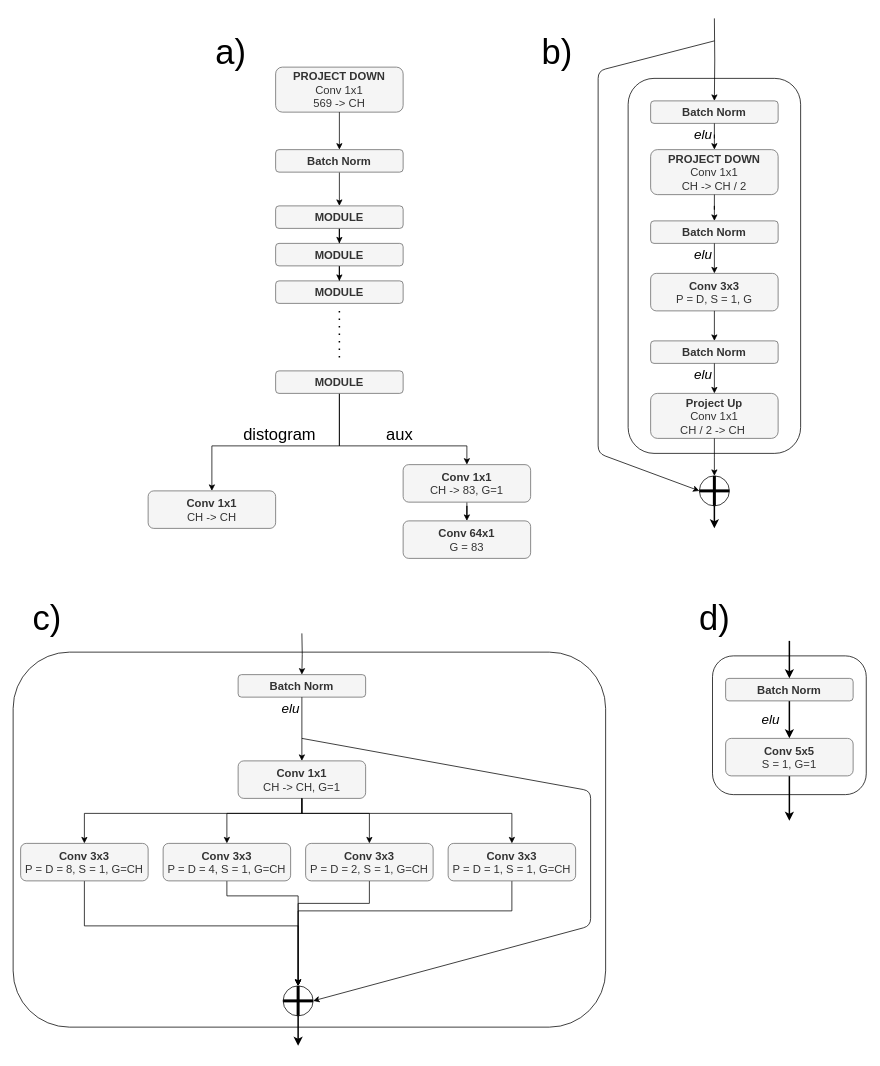
The draw.io diagram imgs_tomas/Architectures.drawio in andynet/Thesis, before the edit. Source tidied: cells renumbered, new cells numbered last; positions are measured from the earlier drawing's top-left corner, leaving out a move shared by most shapes. Both pictures are drawn from the tidied source at 75%, with x=0, y=0 at pixel (13, 18).
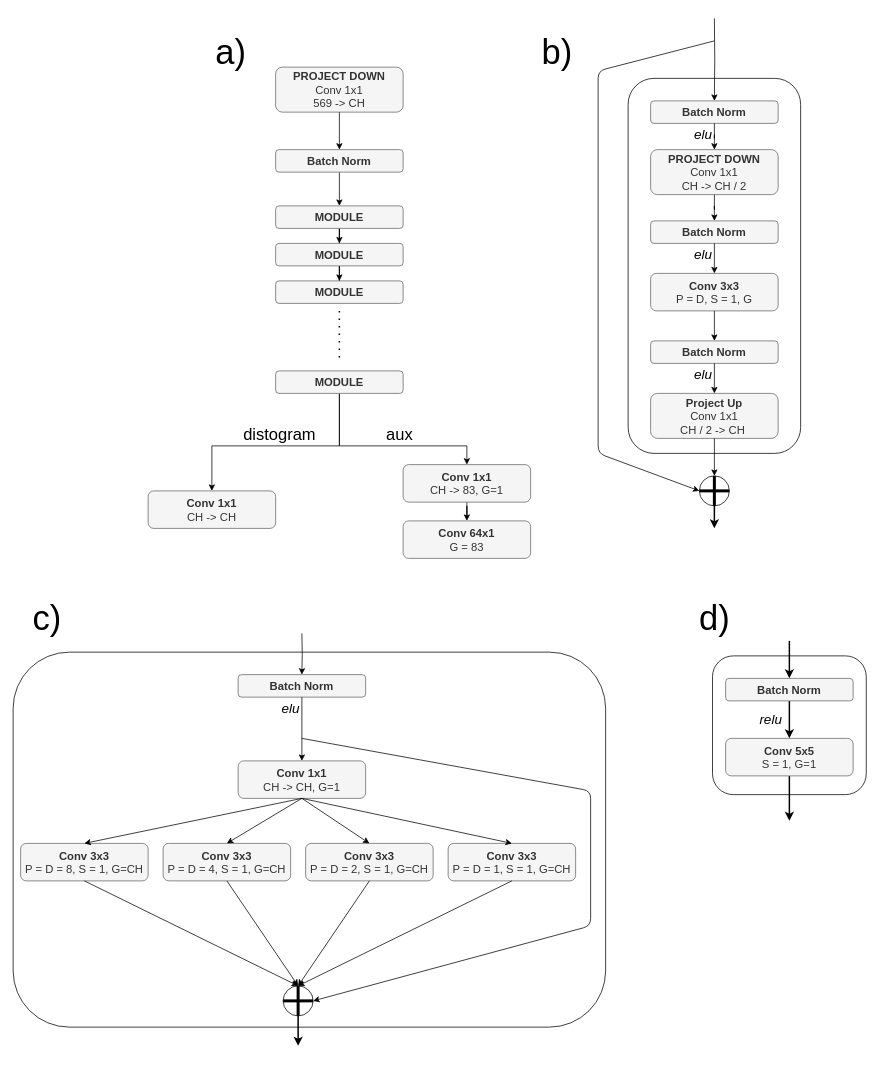
The same diagram, later.

Unchanged cells that the change refers to:
```xml
<mxCell id="27" value="&lt;b&gt;Conv 1x1&lt;/b&gt;&lt;br&gt;CH -&amp;gt; CH, G=1" style="rounded=1;whiteSpace=wrap;html=1;fontSize=15;fillColor=#f5f5f5;strokeColor=#666666;fontColor=#333333;rotation=0;" parent="1" vertex="1">
  <mxGeometry x="300" y="990" width="170" height="50" as="geometry" />
</mxCell>
<mxCell id="30" value="&lt;b&gt;Conv 3x3&lt;/b&gt;&lt;br&gt;P = D = 1, S = 1, G=CH" style="rounded=1;whiteSpace=wrap;html=1;fontSize=15;fillColor=#f5f5f5;strokeColor=#666666;fontColor=#333333;rotation=0;" parent="1" vertex="1">
  <mxGeometry x="580" y="1100" width="170" height="50" as="geometry" />
</mxCell>
<mxCell id="33" value="&lt;b&gt;Conv 3x3&lt;/b&gt;&lt;br&gt;P = D = 2, S = 1, G=CH" style="rounded=1;whiteSpace=wrap;html=1;fontSize=15;fillColor=#f5f5f5;strokeColor=#666666;fontColor=#333333;rotation=0;" parent="1" vertex="1">
  <mxGeometry x="390" y="1100" width="170" height="50" as="geometry" />
</mxCell>
<mxCell id="35" value="&lt;b&gt;Conv 3x3&lt;/b&gt;&lt;br&gt;P = D = 4, S = 1, G=CH" style="rounded=1;whiteSpace=wrap;html=1;fontSize=15;fillColor=#f5f5f5;strokeColor=#666666;fontColor=#333333;rotation=0;" parent="1" vertex="1">
  <mxGeometry x="200" y="1100" width="170" height="50" as="geometry" />
</mxCell>
<mxCell id="37" value="&lt;b&gt;Conv 3x3&lt;/b&gt;&lt;br&gt;P = D = 8, S = 1, G=CH" style="rounded=1;whiteSpace=wrap;html=1;fontSize=15;fillColor=#f5f5f5;strokeColor=#666666;fontColor=#333333;rotation=0;" parent="1" vertex="1">
  <mxGeometry x="10" y="1100" width="170" height="50" as="geometry" />
</mxCell>
<mxCell id="44" style="ellipse;whiteSpace=wrap;html=1;fontSize=15;rotation=-180;" parent="1" vertex="1">
  <mxGeometry x="360" y="1290" width="40" height="40" as="geometry" />
</mxCell>
```

The edit, as a diff of the source:
```diff
@@
-    <mxCell id="29" style="edgeStyle=orthogonalEdgeStyle;rounded=0;jettySize=auto;html=1;startArrow=none;startFill=0;endArrow=classic;endFill=1;strokeWidth=1;fontSize=15;" parent="1" edge="1" source="30">
-      <mxGeometry relative="1" as="geometry">
-        <mxPoint x="380" y="1290" as="targetPoint" />
-        <Array as="points">
-          <mxPoint x="665" y="1190" />
-          <mxPoint x="380" y="1190" />
-        </Array>
-      </mxGeometry>
-    </mxCell>
@@
-    <mxCell id="31" style="edgeStyle=orthogonalEdgeStyle;rounded=0;jettySize=auto;html=1;startArrow=none;startFill=0;endArrow=classic;endFill=1;strokeWidth=1;fontSize=15;" parent="1" edge="1" source="27">
-      <mxGeometry relative="1" as="geometry">
-        <mxPoint x="665" y="1100" as="targetPoint" />
-        <Array as="points">
-          <mxPoint x="385" y="1060" />
-          <mxPoint x="665" y="1060" />
-        </Array>
-      </mxGeometry>
-    </mxCell>
-    <mxCell id="32" style="edgeStyle=orthogonalEdgeStyle;rounded=0;jettySize=auto;html=1;startArrow=none;startFill=0;endArrow=classic;endFill=1;strokeWidth=1;fontSize=15;" parent="1" edge="1" source="33">
-      <mxGeometry relative="1" as="geometry">
-        <mxPoint x="380" y="1290" as="targetPoint" />
-        <Array as="points">
-          <mxPoint x="475" y="1180" />
-          <mxPoint x="380" y="1180" />
-        </Array>
-      </mxGeometry>
-    </mxCell>
@@
-    <mxCell id="34" style="edgeStyle=orthogonalEdgeStyle;rounded=0;jettySize=auto;html=1;startArrow=none;startFill=0;endArrow=classic;endFill=1;strokeWidth=1;fontSize=15;" parent="1" edge="1" source="35">
-      <mxGeometry relative="1" as="geometry">
-        <mxPoint x="380" y="1290" as="targetPoint" />
-        <Array as="points">
-          <mxPoint x="285" y="1170" />
-          <mxPoint x="380" y="1170" />
-        </Array>
-      </mxGeometry>
-    </mxCell>
@@
-    <mxCell id="36" style="edgeStyle=orthogonalEdgeStyle;rounded=0;jettySize=auto;html=1;startArrow=none;startFill=0;endArrow=classic;endFill=1;strokeWidth=1;fontSize=15;" parent="1" edge="1" source="37">
-      <mxGeometry relative="1" as="geometry">
-        <mxPoint x="380" y="1290" as="targetPoint" />
-        <Array as="points">
-          <mxPoint x="95" y="1210" />
-          <mxPoint x="380" y="1210" />
-        </Array>
-      </mxGeometry>
-    </mxCell>
@@
-    <mxCell id="38" style="edgeStyle=orthogonalEdgeStyle;rounded=0;jettySize=auto;html=1;startArrow=none;startFill=0;endArrow=classic;endFill=1;strokeWidth=1;fontSize=15;exitX=0.5;exitY=1;exitDx=0;exitDy=0;" parent="1" edge="1" source="27">
-      <mxGeometry relative="1" as="geometry">
-        <mxPoint x="475" y="1100" as="targetPoint" />
-        <Array as="points">
-          <mxPoint x="385" y="1060" />
-          <mxPoint x="475" y="1060" />
-        </Array>
-      </mxGeometry>
-    </mxCell>
-    <mxCell id="39" style="edgeStyle=orthogonalEdgeStyle;rounded=0;orthogonalLoop=1;jettySize=auto;html=1;startArrow=none;startFill=0;endArrow=classic;endFill=1;strokeWidth=1;fontSize=15;" parent="1" edge="1">
-      <mxGeometry relative="1" as="geometry">
-        <mxPoint x="385" y="1040" as="sourcePoint" />
-        <mxPoint x="285" y="1100" as="targetPoint" />
-        <Array as="points">
-          <mxPoint x="385" y="1060" />
-          <mxPoint x="285" y="1060" />
-        </Array>
-      </mxGeometry>
-    </mxCell>
-    <mxCell id="40" style="edgeStyle=orthogonalEdgeStyle;rounded=0;orthogonalLoop=1;jettySize=auto;html=1;startArrow=none;startFill=0;endArrow=classic;endFill=1;strokeWidth=1;fontSize=15;" parent="1" edge="1">
-      <mxGeometry relative="1" as="geometry">
-        <mxPoint x="385" y="1040" as="sourcePoint" />
-        <mxPoint x="95" y="1100" as="targetPoint" />
-        <Array as="points">
-          <mxPoint x="385" y="1060" />
-          <mxPoint x="95" y="1060" />
-        </Array>
-      </mxGeometry>
-    </mxCell>
@@
-    <mxCell id="73" value="&lt;i&gt;elu&lt;/i&gt;" style="text;html=1;align=center;verticalAlign=middle;fontSize=18;rotation=0;" parent="1" vertex="1">
-      <mxGeometry x="990" y="920" width="40" height="30" as="geometry" />
+    <mxCell id="73" value="&lt;i&gt;relu&lt;/i&gt;" style="text;html=1;align=center;verticalAlign=middle;fontSize=18;rotation=0;" parent="1" vertex="1">
+      <mxGeometry x="985" y="920" width="50" height="30" as="geometry" />
     </mxCell>
@@
+    <mxCell id="77" style="endArrow=classic;html=1;entryX=0.5;entryY=0;entryDx=0;entryDy=0;exitX=0.5;exitY=1;exitDx=0;exitDy=0;" parent="1" edge="1" source="27" target="35">
+      <mxGeometry relative="1" as="geometry" />
+    </mxCell>
+    <mxCell id="78" style="endArrow=classic;html=1;exitX=0.5;exitY=1;exitDx=0;exitDy=0;entryX=0.5;entryY=0;entryDx=0;entryDy=0;" parent="1" edge="1" source="27" target="37">
+      <mxGeometry relative="1" as="geometry" />
+    </mxCell>
+    <mxCell id="79" style="endArrow=classic;html=1;exitX=0.5;exitY=1;exitDx=0;exitDy=0;entryX=0.5;entryY=0;entryDx=0;entryDy=0;" parent="1" edge="1" source="27" target="33">
+      <mxGeometry relative="1" as="geometry" />
+    </mxCell>
+    <mxCell id="80" style="endArrow=classic;html=1;exitX=0.5;exitY=1;exitDx=0;exitDy=0;entryX=0.5;entryY=0;entryDx=0;entryDy=0;" parent="1" edge="1" source="27" target="30">
+      <mxGeometry relative="1" as="geometry" />
+    </mxCell>
+    <mxCell id="81" style="endArrow=classic;html=1;exitX=0.5;exitY=1;exitDx=0;exitDy=0;entryX=0.5;entryY=1;entryDx=0;entryDy=0;" parent="1" edge="1" source="37" target="44">
+      <mxGeometry relative="1" as="geometry" />
+    </mxCell>
+    <mxCell id="82" style="endArrow=classic;html=1;exitX=0.5;exitY=1;exitDx=0;exitDy=0;" parent="1" edge="1" source="35">
+      <mxGeometry relative="1" as="geometry">
+        <mxPoint x="380" y="1290" as="targetPoint" />
+      </mxGeometry>
+    </mxCell>
+    <mxCell id="83" style="endArrow=classic;html=1;exitX=0.5;exitY=1;exitDx=0;exitDy=0;" parent="1" edge="1" source="33">
+      <mxGeometry relative="1" as="geometry">
+        <mxPoint x="380" y="1290" as="targetPoint" />
+      </mxGeometry>
+    </mxCell>
+    <mxCell id="84" style="endArrow=classic;html=1;exitX=0.5;exitY=1;exitDx=0;exitDy=0;" parent="1" edge="1" source="30">
+      <mxGeometry relative="1" as="geometry">
+        <mxPoint x="380" y="1290" as="targetPoint" />
+      </mxGeometry>
+    </mxCell>
```
